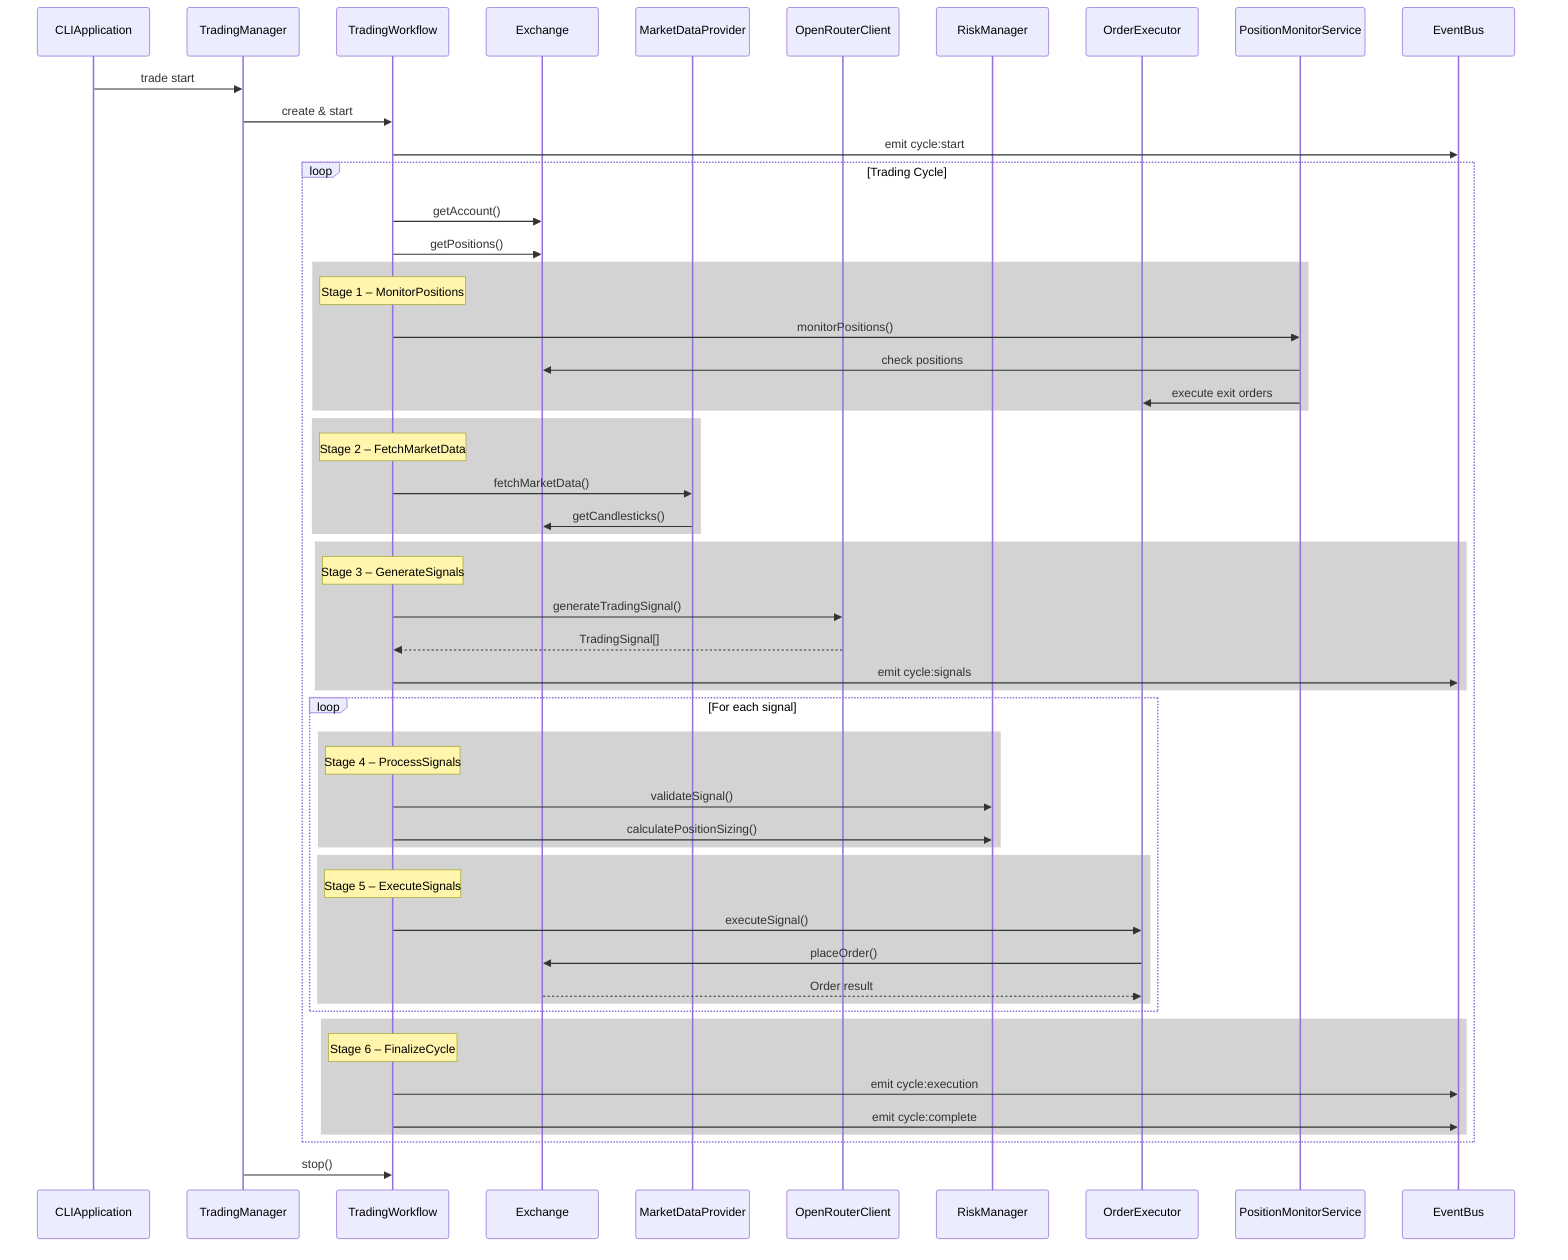
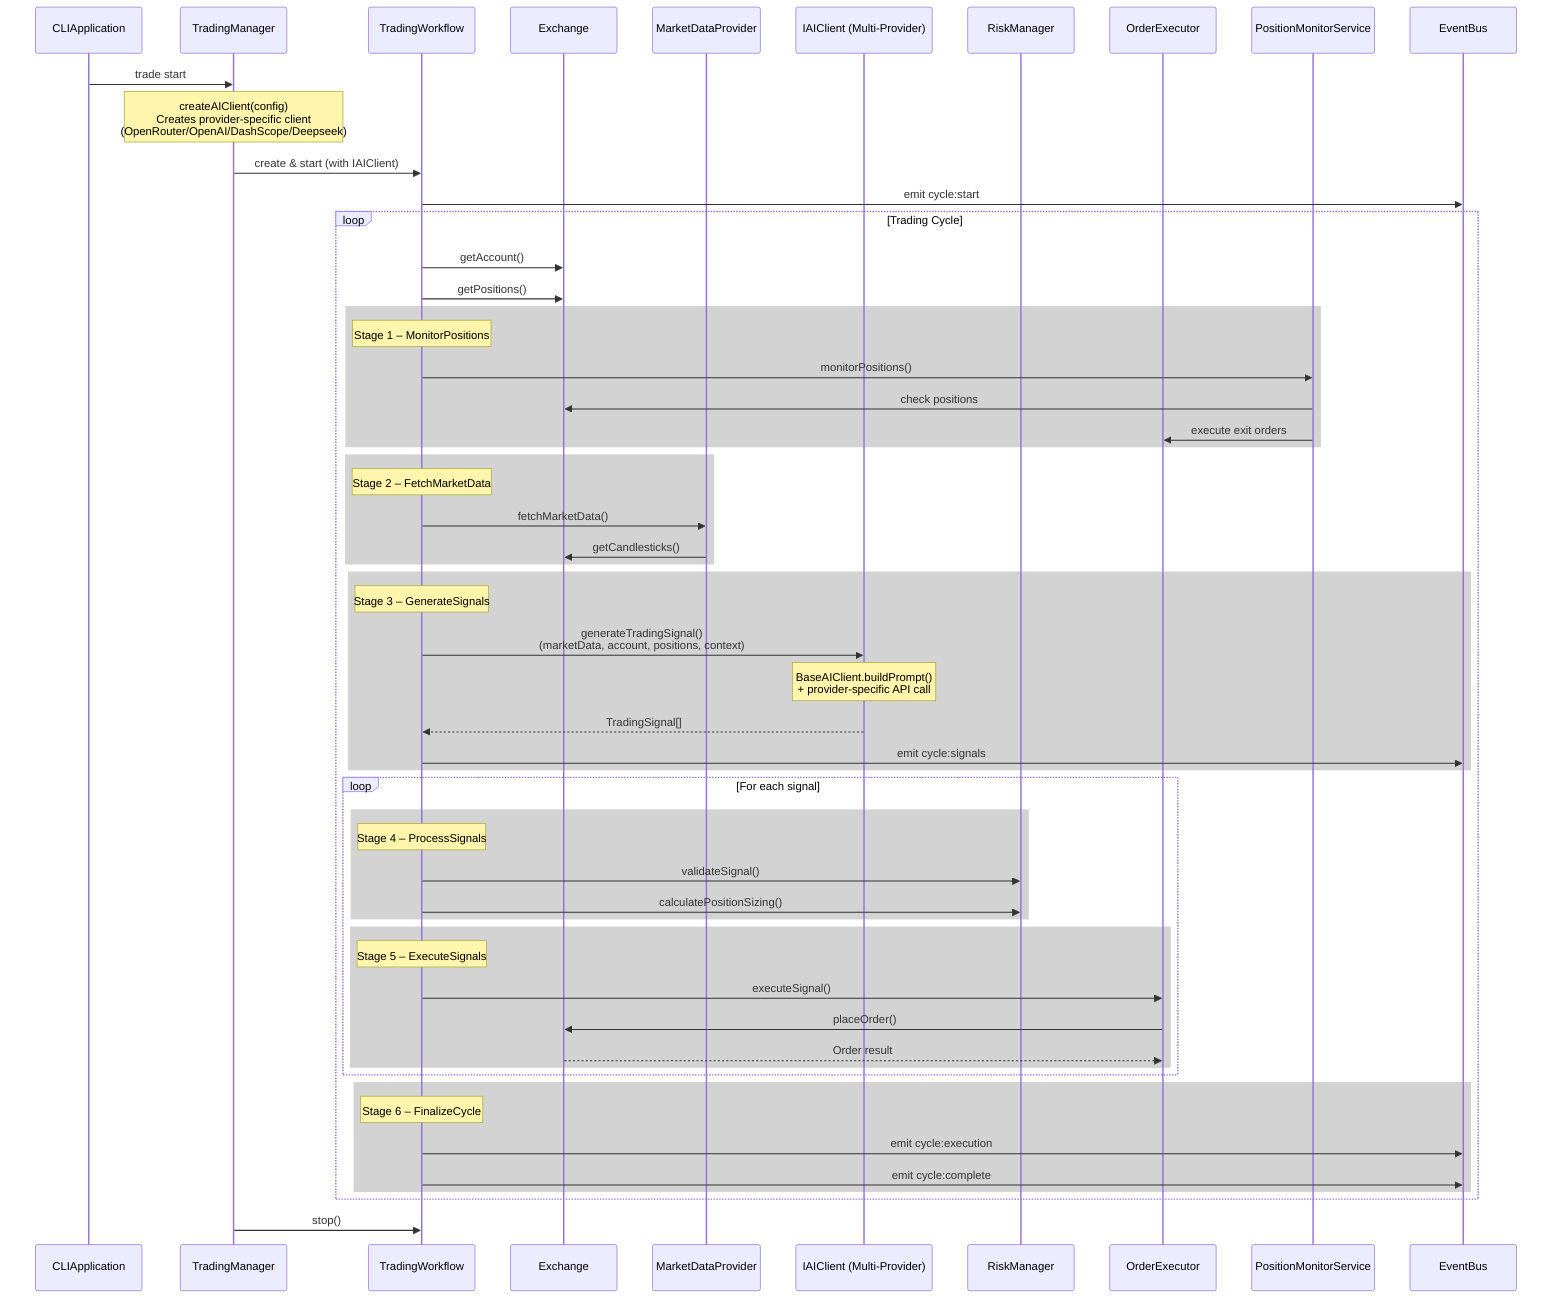
sequenceDiagram
    participant CLI as CLIApplication
    participant TM as TradingManager
    participant TW as TradingWorkflow
    participant EX as Exchange
    participant MDP as MarketDataProvider
-     participant AI as OpenRouterClient
+     participant AIClient as IAIClient (Multi-Provider)
    participant RM as RiskManager
    participant OE as OrderExecutor
    participant PM as PositionMonitorService
    participant EB as EventBus

    CLI->>TM: trade start
-     TM->>TW: create & start
+     Note over TM: createAIClient(config)<br/>Creates provider-specific client<br/>(OpenRouter/OpenAI/DashScope/Deepseek)
+     TM->>TW: create & start (with IAIClient)
    TW->>EB: emit cycle:start

    loop Trading Cycle
        TW->>EX: getAccount()
        TW->>EX: getPositions()

        rect lightgray
        Note over TW: Stage 1 – MonitorPositions
        TW->>PM: monitorPositions()
        PM->>EX: check positions
        PM->>OE: execute exit orders
        end

        rect lightgray
        Note over TW: Stage 2 – FetchMarketData
        TW->>MDP: fetchMarketData()
        MDP->>EX: getCandlesticks()
        end

        rect lightgray
        Note over TW: Stage 3 – GenerateSignals
-         TW->>AI: generateTradingSignal()
-         AI-->>TW: TradingSignal[]
+         TW->>AIClient: generateTradingSignal()<br/>(marketData, account, positions, context)
+         Note over AIClient: BaseAIClient.buildPrompt()<br/>+ provider-specific API call
+         AIClient-->>TW: TradingSignal[]
        TW->>EB: emit cycle:signals
        end

        loop For each signal
            rect lightgray
            Note over TW: Stage 4 – ProcessSignals
            TW->>RM: validateSignal()
            TW->>RM: calculatePositionSizing()
            end

            rect lightgray
            Note over TW: Stage 5 – ExecuteSignals
            TW->>OE: executeSignal()
            OE->>EX: placeOrder()
            EX-->>OE: Order result
            end
        end

        rect lightgray
        Note over TW: Stage 6 – FinalizeCycle
        TW->>EB: emit cycle:execution
        TW->>EB: emit cycle:complete
        end
    end

    %% CLI stop command removed; use Ctrl+C
    TM->>TW: stop()